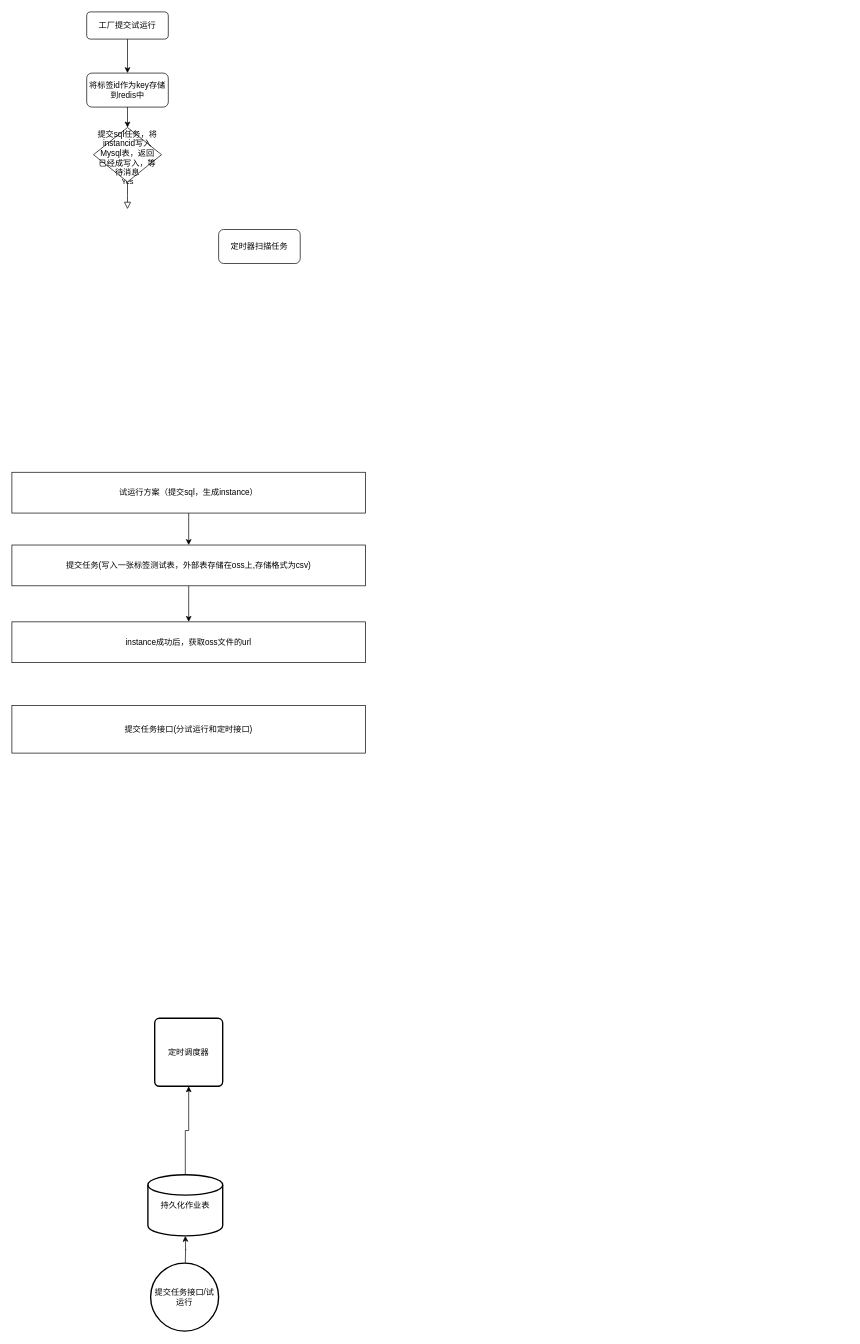
Earlier version of the draw.io diagram odpsjob设计.drawio (shursulei/document). Source tidied: cells renumbered, new cells numbered last; positions are measured from the earlier drawing's top-left corner, leaving out a move shared by most shapes. Both pictures are drawn from the tidied source at 68%, with x=0, y=0 at pixel (12, 12).
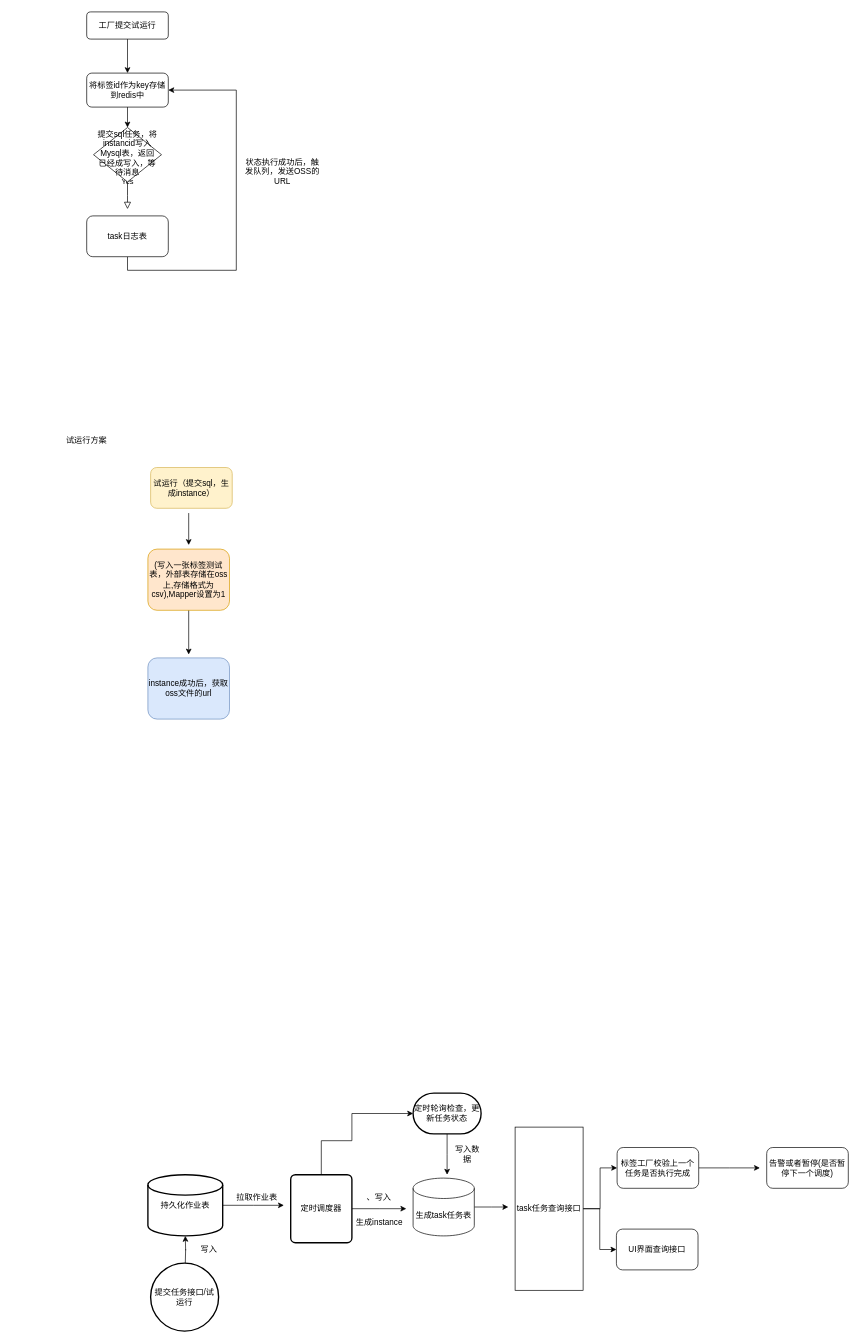
Above is the later version.

Unchanged cells that the change refers to:
```xml
<mxCell id="12" value="将标签id作为key存储到redis中" style="rounded=1;whiteSpace=wrap;html=1;" parent="1" vertex="1">
  <mxGeometry x="110" y="90" width="120" height="50" as="geometry" />
</mxCell>
<mxCell id="18" value="&lt;span style=&quot;font-family: &amp;#34;pingfang sc&amp;#34; , &amp;#34;helvetica&amp;#34; , &amp;#34;tahoma&amp;#34; , &amp;#34;arial&amp;#34; , &amp;#34;hiragino sans gb&amp;#34; , &amp;#34;microsoft yahei&amp;#34; , &amp;#34;simsun&amp;#34; , &amp;#34;heiti&amp;#34; , sans-serif ; text-align: left ; background-color: rgb(255 , 255 , 255)&quot;&gt;持久化作业表&lt;/span&gt;" style="strokeWidth=2;html=1;shape=mxgraph.flowchart.database;whiteSpace=wrap;" parent="1" vertex="1">
  <mxGeometry x="200" y="1710" width="110" height="90" as="geometry" />
</mxCell>
```

The edit, as a diff of the source:
```diff
@@
-    <mxCell id="6" style="edgeStyle=orthogonalEdgeStyle;rounded=0;jettySize=auto;html=1;" parent="1" edge="1" source="7" target="9">
-      <mxGeometry relative="1" as="geometry" />
+    <mxCell id="6" style="edgeStyle=orthogonalEdgeStyle;rounded=0;orthogonalLoop=1;jettySize=auto;html=1;" parent="1" edge="1">
+      <mxGeometry relative="1" as="geometry">
+        <mxPoint x="260" y="737" as="sourcePoint" />
+        <mxPoint x="260" y="784" as="targetPoint" />
+      </mxGeometry>
     </mxCell>
-    <mxCell id="7" value="试运行方案（提交sql，生成instance）" style="rounded=0;whiteSpace=wrap;html=1;" parent="1" vertex="1">
-      <mxGeometry y="677" width="520" height="60" as="geometry" />
-    </mxCell>
-    <mxCell id="8" style="edgeStyle=orthogonalEdgeStyle;rounded=0;jettySize=auto;html=1;exitX=0.5;exitY=1;exitDx=0;exitDy=0;entryX=0.5;entryY=0;entryDx=0;entryDy=0;" parent="1" edge="1" source="9" target="10">
-      <mxGeometry relative="1" as="geometry" />
+    <mxCell id="8" style="edgeStyle=orthogonalEdgeStyle;rounded=0;orthogonalLoop=1;jettySize=auto;html=1;exitX=0.5;exitY=1;exitDx=0;exitDy=0;entryX=0.5;entryY=0;entryDx=0;entryDy=0;" parent="1" edge="1">
+      <mxGeometry relative="1" as="geometry">
+        <mxPoint x="260" y="844" as="sourcePoint" />
+        <mxPoint x="260" y="945" as="targetPoint" />
+      </mxGeometry>
     </mxCell>
-    <mxCell id="9" value="提交任务(写入一张标签测试表，外部表存储在oss上,存储格式为csv)" style="rounded=0;whiteSpace=wrap;html=1;" parent="1" vertex="1">
-      <mxGeometry y="784" width="520" height="60" as="geometry" />
-    </mxCell>
-    <mxCell id="10" value="instance成功后，获取oss文件的url" style="rounded=0;whiteSpace=wrap;html=1;" parent="1" vertex="1">
-      <mxGeometry y="897" width="520" height="60" as="geometry" />
-    </mxCell>
@@
-    <mxCell id="13" value="定时器扫描任务" style="rounded=1;whiteSpace=wrap;html=1;" parent="1" vertex="1">
-      <mxGeometry x="304" y="320" width="120" height="50" as="geometry" />
-    </mxCell>
-    <mxCell id="14" value="提交任务接口(分试运行和定时接口)" style="rounded=0;whiteSpace=wrap;html=1;" parent="1" vertex="1">
-      <mxGeometry y="1020" width="520" height="70" as="geometry" />
-    </mxCell>
@@
-    <mxCell id="17" style="edgeStyle=orthogonalEdgeStyle;rounded=0;jettySize=auto;html=1;entryX=0.5;entryY=1;entryDx=0;entryDy=0;" parent="1" edge="1" source="18" target="19">
-      <mxGeometry relative="1" as="geometry" />
-    </mxCell>
+    <mxCell id="20" style="edgeStyle=orthogonalEdgeStyle;rounded=0;jettySize=auto;html=1;exitX=1;exitY=0.5;exitDx=0;exitDy=0;exitPerimeter=0;" parent="1" edge="1" source="18">
+      <mxGeometry relative="1" as="geometry">
+        <mxPoint x="400" y="1755" as="targetPoint" />
+      </mxGeometry>
+    </mxCell>
@@
+    <mxCell id="21" style="edgeStyle=orthogonalEdgeStyle;rounded=0;jettySize=auto;html=1;" parent="1" edge="1" source="19">
+      <mxGeometry relative="1" as="geometry">
+        <mxPoint x="580" y="1760" as="targetPoint" />
+      </mxGeometry>
+    </mxCell>
+    <mxCell id="22" style="edgeStyle=orthogonalEdgeStyle;rounded=0;jettySize=auto;html=1;exitX=0.5;exitY=0;exitDx=0;exitDy=0;entryX=0;entryY=0.5;entryDx=0;entryDy=0;entryPerimeter=0;" parent="1" edge="1" source="19" target="28">
+      <mxGeometry relative="1" as="geometry">
+        <Array as="points">
+          <mxPoint x="455" y="1660" />
+          <mxPoint x="500" y="1660" />
+          <mxPoint x="500" y="1620" />
+        </Array>
+      </mxGeometry>
+    </mxCell>
     <mxCell id="19" value="定时调度器" style="rounded=1;whiteSpace=wrap;html=1;absoluteArcSize=1;arcSize=14;strokeWidth=2;" parent="1" vertex="1">
-      <mxGeometry x="210" y="1480" width="100" height="100" as="geometry" />
+      <mxGeometry x="410" y="1710" width="90" height="100" as="geometry" />
     </mxCell>
+    <mxCell id="23" value="写入" style="text;html=1;strokeColor=none;fillColor=none;align=center;verticalAlign=middle;whiteSpace=wrap;rounded=0;" parent="1" vertex="1">
+      <mxGeometry x="270" y="1810" width="40" height="20" as="geometry" />
+    </mxCell>
+    <mxCell id="24" value="拉取作业表" style="text;html=1;align=center;verticalAlign=middle;strokeColor=none;" parent="1" vertex="1">
+      <mxGeometry x="320" y="1734" width="80" height="20" as="geometry" />
+    </mxCell>
+    <mxCell id="25" style="edgeStyle=orthogonalEdgeStyle;rounded=0;jettySize=auto;html=1;" parent="1" edge="1" source="26">
+      <mxGeometry relative="1" as="geometry">
+        <mxPoint x="730" y="1757.5" as="targetPoint" />
+      </mxGeometry>
+    </mxCell>
+    <mxCell id="26" value="生成task任务表" style="shape=cylinder3;whiteSpace=wrap;html=1;boundedLbl=1;backgroundOutline=1;size=15;" parent="1" vertex="1">
+      <mxGeometry x="590" y="1715" width="90" height="85" as="geometry" />
+    </mxCell>
+    <mxCell id="27" style="edgeStyle=orthogonalEdgeStyle;rounded=0;jettySize=auto;html=1;" parent="1" edge="1" source="28">
+      <mxGeometry relative="1" as="geometry">
+        <mxPoint x="640" y="1710" as="targetPoint" />
+      </mxGeometry>
+    </mxCell>
+    <mxCell id="28" value="定时轮询检查，更新任务状态" style="strokeWidth=2;html=1;shape=mxgraph.flowchart.terminator;whiteSpace=wrap;" parent="1" vertex="1">
+      <mxGeometry x="590" y="1590" width="100" height="60" as="geometry" />
+    </mxCell>
+    <mxCell id="29" value="、写入" style="text;html=1;strokeColor=none;fillColor=none;align=center;verticalAlign=middle;whiteSpace=wrap;rounded=0;" parent="1" vertex="1">
+      <mxGeometry x="520" y="1734" width="40" height="20" as="geometry" />
+    </mxCell>
+    <mxCell id="30" value="生成instance" style="text;html=1;align=center;verticalAlign=middle;strokeColor=none;" parent="1" vertex="1">
+      <mxGeometry x="500" y="1770" width="80" height="20" as="geometry" />
+    </mxCell>
+    <mxCell id="31" value="写入数据" style="text;html=1;strokeColor=none;fillColor=none;align=center;verticalAlign=middle;whiteSpace=wrap;rounded=0;" parent="1" vertex="1">
+      <mxGeometry x="650" y="1670" width="40" height="20" as="geometry" />
+    </mxCell>
+    <mxCell id="32" style="edgeStyle=orthogonalEdgeStyle;rounded=0;jettySize=auto;html=1;entryX=0;entryY=0.5;entryDx=0;entryDy=0;" parent="1" edge="1" source="34" target="36">
+      <mxGeometry relative="1" as="geometry" />
+    </mxCell>
+    <mxCell id="33" style="edgeStyle=orthogonalEdgeStyle;rounded=0;jettySize=auto;html=1;exitX=1;exitY=0.5;exitDx=0;exitDy=0;" parent="1" edge="1" source="34" target="37">
+      <mxGeometry relative="1" as="geometry" />
+    </mxCell>
+    <mxCell id="34" value="task任务查询接口" style="rounded=0;whiteSpace=wrap;html=1;" parent="1" vertex="1">
+      <mxGeometry x="740" y="1640" width="100" height="240" as="geometry" />
+    </mxCell>
+    <mxCell id="35" style="edgeStyle=orthogonalEdgeStyle;rounded=0;jettySize=auto;html=1;exitX=1;exitY=0.5;exitDx=0;exitDy=0;" parent="1" edge="1" source="36">
+      <mxGeometry relative="1" as="geometry">
+        <mxPoint x="1100" y="1700" as="targetPoint" />
+      </mxGeometry>
+    </mxCell>
+    <mxCell id="36" value="标签工厂校验上一个任务是否执行完成" style="rounded=1;whiteSpace=wrap;html=1;" parent="1" vertex="1">
+      <mxGeometry x="890" y="1670" width="120" height="60" as="geometry" />
+    </mxCell>
+    <mxCell id="37" value="UI界面查询接口" style="rounded=1;whiteSpace=wrap;html=1;" parent="1" vertex="1">
+      <mxGeometry x="889" y="1790" width="120" height="60" as="geometry" />
+    </mxCell>
+    <mxCell id="38" value="告警或者暂停(是否暂停下一个调度)" style="rounded=1;whiteSpace=wrap;html=1;" parent="1" vertex="1">
+      <mxGeometry x="1110" y="1670" width="120" height="60" as="geometry" />
+    </mxCell>
+    <mxCell id="39" style="edgeStyle=orthogonalEdgeStyle;rounded=0;jettySize=auto;html=1;exitX=0.5;exitY=1;exitDx=0;exitDy=0;entryX=1;entryY=0.5;entryDx=0;entryDy=0;" parent="1" edge="1" source="40" target="12">
+      <mxGeometry relative="1" as="geometry">
+        <Array as="points">
+          <mxPoint x="170" y="380" />
+          <mxPoint x="330" y="380" />
+          <mxPoint x="330" y="115" />
+        </Array>
+      </mxGeometry>
+    </mxCell>
+    <mxCell id="40" value="task日志表" style="rounded=1;whiteSpace=wrap;html=1;" parent="1" vertex="1">
+      <mxGeometry x="110" y="300" width="120" height="60" as="geometry" />
+    </mxCell>
+    <mxCell id="41" value="状态执行成功后，触发队列，发送OSS的URL" style="text;html=1;strokeColor=none;fillColor=none;align=center;verticalAlign=middle;whiteSpace=wrap;rounded=0;" parent="1" vertex="1">
+      <mxGeometry x="340" y="200" width="116" height="70" as="geometry" />
+    </mxCell>
+    <mxCell id="42" value="试运行方案" style="text;html=1;strokeColor=none;fillColor=none;align=center;verticalAlign=middle;whiteSpace=wrap;rounded=0;" parent="1" vertex="1">
+      <mxGeometry y="610" width="220" height="40" as="geometry" />
+    </mxCell>
+    <mxCell id="43" value="&lt;span&gt;试运行（提交sql，生成instance）&lt;/span&gt;" style="rounded=1;whiteSpace=wrap;html=1;fillColor=#fff2cc;strokeColor=#d6b656;" parent="1" vertex="1">
+      <mxGeometry x="204" y="670" width="120" height="60" as="geometry" />
+    </mxCell>
+    <mxCell id="44" value="&lt;span&gt;(写入一张标签测试表，外部表存储在oss上,存储格式为csv),Mapper设置为1&lt;/span&gt;" style="rounded=1;whiteSpace=wrap;html=1;fillColor=#ffe6cc;strokeColor=#d79b00;" parent="1" vertex="1">
+      <mxGeometry x="200" y="790" width="120" height="90" as="geometry" />
+    </mxCell>
+    <mxCell id="10" value="&lt;span&gt;instance成功后，获取oss文件的url&lt;/span&gt;" style="rounded=1;whiteSpace=wrap;html=1;fillColor=#dae8fc;strokeColor=#6c8ebf;" parent="1" vertex="1">
+      <mxGeometry x="200" y="950" width="120" height="90" as="geometry" />
+    </mxCell>
```
